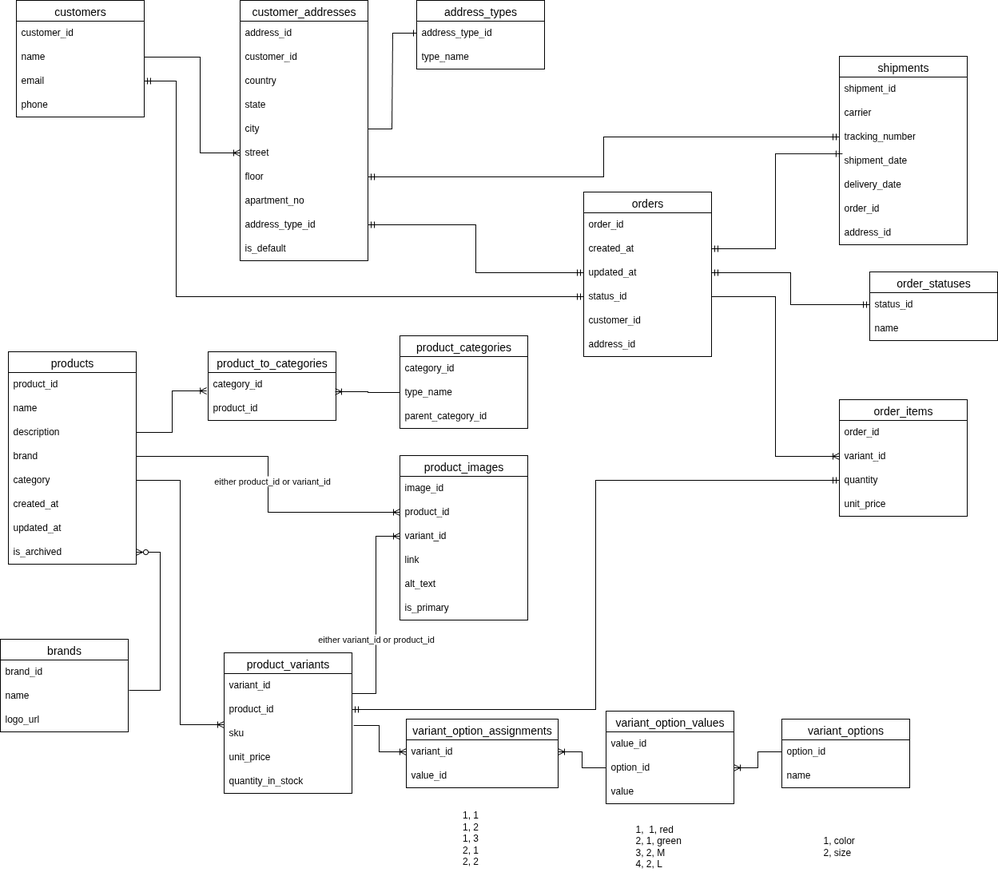
venelinpetrov/db-my-store keeps this draw.io diagram as diagrams/my-store-db.drawio.png. Above is the earlier version. Source tidied: cells renumbered, new cells last; positions are measured from the earlier drawing's top-left corner, leaving out a move shared by most shapes.
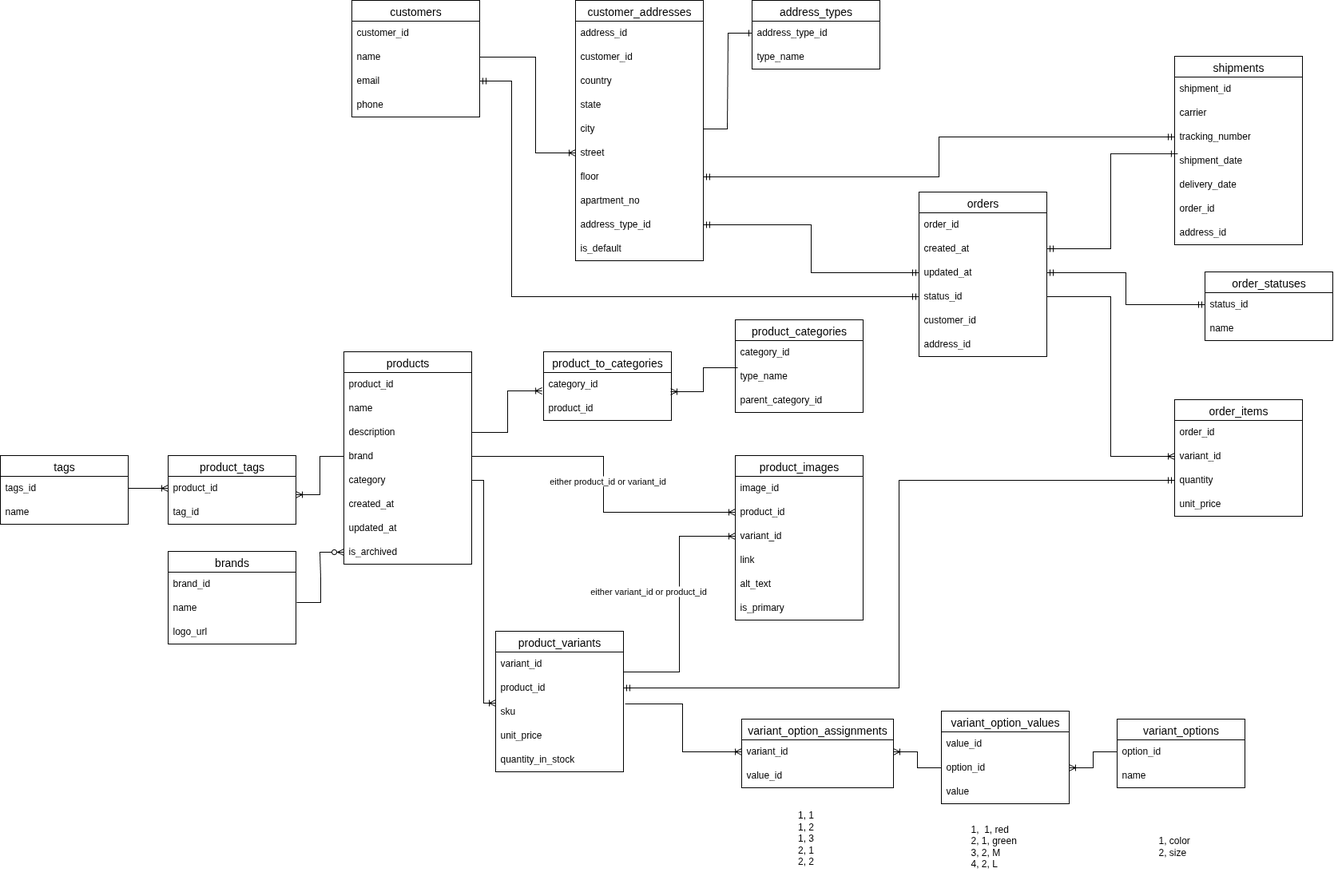
Later version of the same file.

Diff of the diagram source:
```diff
@@ -139,7 +139,7 @@
       </mxGeometry>
     </mxCell>
     <mxCell id="45" value="product_variants" style="swimlane;fontStyle=0;horizontal=1;startSize=26;align=center;fontSize=14;" parent="1" vertex="1">
-      <mxGeometry x="280" y="817" width="160" height="176" as="geometry" />
+      <mxGeometry x="200" y="790" width="160" height="176" as="geometry" />
     </mxCell>
     <mxCell id="46" value="variant_id" style="text;strokeColor=none;fillColor=none;spacingLeft=4;spacingRight=4;overflow=hidden;points=[[0,0.5],[1,0.5]];portConstraint=eastwest;fontSize=12;whiteSpace=wrap;html=1;" parent="45" vertex="1">
       <mxGeometry y="26" width="160" height="30" as="geometry" />
@@ -192,16 +192,12 @@
     <mxCell id="62" style="edgeStyle=orthogonalEdgeStyle;fontSize=12;html=1;endArrow=ERoneToMany;rounded=0;exitX=1.013;exitY=0.167;exitDx=0;exitDy=0;exitPerimeter=0;entryX=0;entryY=0.5;entryDx=0;entryDy=0;" parent="1" edge="1" source="48" target="60">
       <mxGeometry relative="1" as="geometry" />
     </mxCell>
-    <mxCell id="63" style="edgeStyle=entityRelationEdgeStyle;fontSize=12;html=1;endArrow=ERoneToMany;rounded=0;entryX=0;entryY=0.5;entryDx=0;entryDy=0;exitX=1;exitY=0.833;exitDx=0;exitDy=0;exitPerimeter=0;" parent="1" edge="1" source="46" target="39">
-      <mxGeometry relative="1" as="geometry">
-        <Array as="points">
-          <mxPoint x="340" y="840" />
-        </Array>
-      </mxGeometry>
+    <mxCell id="63" style="edgeStyle=orthogonalEdgeStyle;fontSize=12;html=1;endArrow=ERoneToMany;rounded=0;entryX=0;entryY=0.5;entryDx=0;entryDy=0;exitX=1;exitY=0.833;exitDx=0;exitDy=0;exitPerimeter=0;" parent="1" edge="1" source="46" target="39">
+      <mxGeometry relative="1" as="geometry" />
     </mxCell>
     <mxCell id="64" value="either variant_id or product_id" style="edgeLabel;html=1;align=center;verticalAlign=middle;" parent="63" vertex="1">
       <mxGeometry x="0.14" y="1" relative="1" as="geometry">
-        <mxPoint y="48" as="offset" />
+        <mxPoint x="-39" y="5" as="offset" />
       </mxGeometry>
     </mxCell>
     <mxCell id="65" style="edgeStyle=entityRelationEdgeStyle;fontSize=12;html=1;endArrow=ERoneToMany;rounded=0;entryX=1;entryY=0.5;entryDx=0;entryDy=0;exitX=0;exitY=0.5;exitDx=0;exitDy=0;" parent="1" edge="1" source="53" target="57">
@@ -220,7 +216,7 @@
       <mxGeometry x="568" y="1006" width="40" height="100" as="geometry" />
     </mxCell>
     <mxCell id="70" value="product_categories" style="swimlane;fontStyle=0;horizontal=1;startSize=26;align=center;fontSize=14;" parent="1" vertex="1">
-      <mxGeometry x="500" y="420" width="160" height="116" as="geometry" />
+      <mxGeometry x="500" y="400" width="160" height="116" as="geometry" />
     </mxCell>
     <mxCell id="71" value="category_id" style="text;strokeColor=none;fillColor=none;spacingLeft=4;spacingRight=4;overflow=hidden;fontSize=12;whiteSpace=wrap;html=1;" parent="70" vertex="1">
       <mxGeometry y="26" width="160" height="30" as="geometry" />
@@ -231,7 +227,7 @@
     <mxCell id="73" value="parent_category_id" style="text;strokeColor=none;fillColor=none;spacingLeft=4;spacingRight=4;overflow=hidden;fontSize=12;whiteSpace=wrap;html=1;" parent="70" vertex="1">
       <mxGeometry y="86" width="160" height="30" as="geometry" />
     </mxCell>
-    <mxCell id="74" style="edgeStyle=orthogonalEdgeStyle;fontSize=12;html=1;endArrow=ERoneToMany;rounded=0;exitX=0;exitY=0.5;exitDx=0;exitDy=0;entryX=0.994;entryY=0.8;entryDx=0;entryDy=0;entryPerimeter=0;" parent="1" edge="1" source="72" target="33">
+    <mxCell id="74" style="edgeStyle=orthogonalEdgeStyle;fontSize=12;html=1;endArrow=ERoneToMany;rounded=0;exitX=0.019;exitY=0.133;exitDx=0;exitDy=0;entryX=0.994;entryY=0.8;entryDx=0;entryDy=0;entryPerimeter=0;exitPerimeter=0;" parent="1" edge="1" source="72" target="33">
       <mxGeometry relative="1" as="geometry" />
     </mxCell>
     <mxCell id="75" value="order_statuses" style="swimlane;fontStyle=0;horizontal=1;startSize=26;align=center;fontSize=14;" parent="1" vertex="1">
@@ -330,7 +326,7 @@
       </mxGeometry>
     </mxCell>
     <mxCell id="105" value="brands" style="swimlane;fontStyle=0;horizontal=1;startSize=26;align=center;fontSize=14;" parent="1" vertex="1">
-      <mxGeometry y="800" width="160" height="116" as="geometry" />
+      <mxGeometry x="-210" y="690" width="160" height="116" as="geometry" />
     </mxCell>
     <mxCell id="106" value="brand_id" style="text;strokeColor=none;fillColor=none;spacingLeft=4;spacingRight=4;overflow=hidden;fontSize=12;whiteSpace=wrap;html=1;" parent="105" vertex="1">
       <mxGeometry y="26" width="160" height="30" as="geometry" />
@@ -351,5 +347,29 @@
         </Array>
       </mxGeometry>
     </mxCell>
+    <mxCell id="110" value="product_tags" style="swimlane;fontStyle=0;horizontal=1;startSize=26;align=center;fontSize=14;" parent="1" vertex="1">
+      <mxGeometry x="-210" y="570" width="160" height="86" as="geometry" />
+    </mxCell>
+    <mxCell id="111" value="product_id" style="text;strokeColor=none;fillColor=none;spacingLeft=4;spacingRight=4;overflow=hidden;points=[[0,0.5],[1,0.5]];portConstraint=eastwest;fontSize=12;whiteSpace=wrap;html=1;" parent="110" vertex="1">
+      <mxGeometry y="26" width="160" height="30" as="geometry" />
+    </mxCell>
+    <mxCell id="112" value="tag_id" style="text;strokeColor=none;fillColor=none;spacingLeft=4;spacingRight=4;overflow=hidden;fontSize=12;whiteSpace=wrap;html=1;" parent="110" vertex="1">
+      <mxGeometry y="56" width="160" height="30" as="geometry" />
+    </mxCell>
+    <mxCell id="113" value="tags" style="swimlane;fontStyle=0;horizontal=1;startSize=26;align=center;fontSize=14;" parent="1" vertex="1">
+      <mxGeometry x="-420" y="570" width="160" height="86" as="geometry" />
+    </mxCell>
+    <mxCell id="114" value="tags_id" style="text;strokeColor=none;fillColor=none;spacingLeft=4;spacingRight=4;overflow=hidden;points=[[0,0.5],[1,0.5]];portConstraint=eastwest;fontSize=12;whiteSpace=wrap;html=1;" parent="113" vertex="1">
+      <mxGeometry y="26" width="160" height="30" as="geometry" />
+    </mxCell>
+    <mxCell id="115" value="name" style="text;strokeColor=none;fillColor=none;spacingLeft=4;spacingRight=4;overflow=hidden;fontSize=12;whiteSpace=wrap;html=1;" parent="113" vertex="1">
+      <mxGeometry y="56" width="160" height="30" as="geometry" />
+    </mxCell>
+    <mxCell id="116" style="edgeStyle=orthogonalEdgeStyle;fontSize=12;html=1;endArrow=ERoneToMany;rounded=0;exitX=0;exitY=0.5;exitDx=0;exitDy=0;entryX=1;entryY=0.767;entryDx=0;entryDy=0;entryPerimeter=0;" parent="1" edge="1" source="27" target="111">
+      <mxGeometry relative="1" as="geometry" />
+    </mxCell>
+    <mxCell id="117" style="edgeStyle=entityRelationEdgeStyle;fontSize=12;html=1;endArrow=ERoneToMany;rounded=0;entryX=0;entryY=0.5;entryDx=0;entryDy=0;exitX=1;exitY=0.5;exitDx=0;exitDy=0;" parent="1" edge="1" source="114" target="111">
+      <mxGeometry relative="1" as="geometry" />
+    </mxCell>
   </root>
 </mxGraphModel>
```
